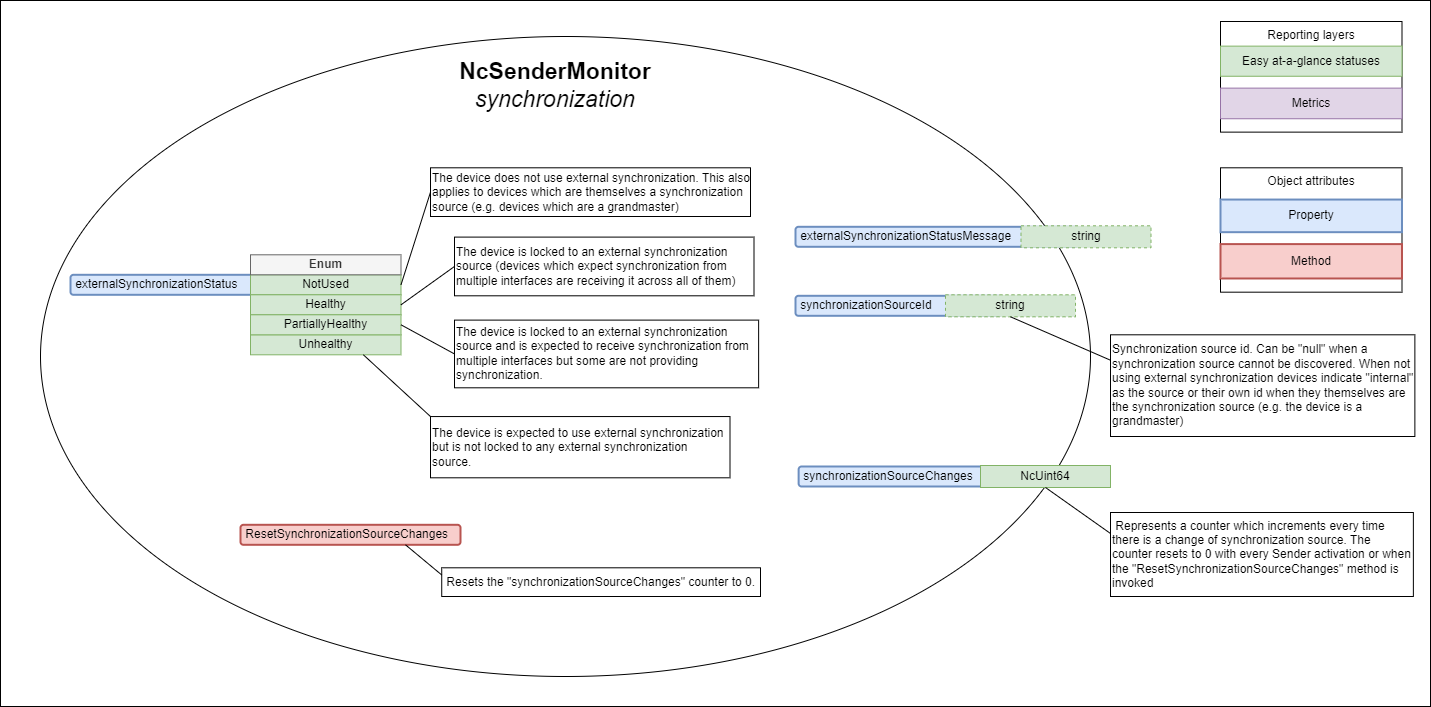
Earlier version of the draw.io export docs/images/sender-model-synchronization.png (AMWA-TV/bcp-008-02). Source tidied: cells renumbered, new cells last; positions are measured from the earlier drawing's top-left corner, leaving out a move shared by most shapes. Source of this version:
```xml
<mxGraphModel>
  <root>
    <mxCell id="0" />
    <mxCell id="1" parent="0" />
    <mxCell id="2" style="rounded=0;whiteSpace=wrap;html=1;" parent="1" vertex="1">
      <mxGeometry width="1430" height="706" as="geometry" />
    </mxCell>
    <mxCell id="3" style="ellipse;whiteSpace=wrap;html=1;" parent="1" vertex="1">
      <mxGeometry x="40" y="36" width="1050" height="640" as="geometry" />
    </mxCell>
    <mxCell id="4" value="Reporting layers" style="rounded=0;whiteSpace=wrap;html=1;horizontal=1;verticalAlign=top;" parent="1" vertex="1">
      <mxGeometry x="1220" y="21" width="181.5" height="110.6" as="geometry" />
    </mxCell>
    <mxCell id="5" value="Easy at-a-glance statuses" style="rounded=0;whiteSpace=wrap;html=1;fillColor=#d5e8d4;strokeColor=#82b366;" parent="1" vertex="1">
      <mxGeometry x="1220" y="45.6" width="181.5" height="30.1" as="geometry" />
    </mxCell>
    <mxCell id="6" value="Metrics" style="rounded=0;whiteSpace=wrap;html=1;fillColor=#e1d5e7;strokeColor=#9673a6;" parent="1" vertex="1">
      <mxGeometry x="1220" y="87.6" width="181.5" height="30.6" as="geometry" />
    </mxCell>
    <mxCell id="7" value="Object attributes" style="rounded=0;whiteSpace=wrap;html=1;horizontal=1;verticalAlign=top;" parent="1" vertex="1">
      <mxGeometry x="1220" y="167.3" width="181.5" height="124.4" as="geometry" />
    </mxCell>
    <mxCell id="8" value="Property" style="rounded=0;whiteSpace=wrap;html=1;fillColor=#dae8fc;strokeColor=#6c8ebf;align=center;strokeWidth=2;" parent="1" vertex="1">
      <mxGeometry x="1220" y="199" width="181.5" height="32.6" as="geometry" />
    </mxCell>
    <mxCell id="9" value="Method" style="rounded=0;whiteSpace=wrap;html=1;fillColor=#f8cecc;strokeColor=#b85450;align=center;strokeWidth=2;" parent="1" vertex="1">
      <mxGeometry x="1220" y="243.6" width="181.5" height="34.4" as="geometry" />
    </mxCell>
    <mxCell id="10" value="NcSenderMonitor&lt;div&gt;&lt;span style=&quot;font-weight: normal;&quot;&gt;&lt;i&gt;synchronization&lt;/i&gt;&lt;/span&gt;&lt;/div&gt;" style="text;html=1;strokeColor=none;fillColor=none;align=center;verticalAlign=middle;whiteSpace=wrap;rounded=0;strokeWidth=1;fontSize=23;fontStyle=1;" parent="1" vertex="1">
      <mxGeometry x="431.2" y="51.9" width="247.5" height="65.6" as="geometry" />
    </mxCell>
    <mxCell id="11" value="&amp;nbsp;externalSynchronizationStatus" style="rounded=1;whiteSpace=wrap;html=1;align=left;fillColor=#dae8fc;strokeColor=#6c8ebf;strokeWidth=2;" parent="1" vertex="1">
      <mxGeometry x="70" y="274.3" width="237.5" height="20" as="geometry" />
    </mxCell>
    <mxCell id="12" value="NotUsed" style="rounded=0;whiteSpace=wrap;html=1;fillColor=#d5e8d4;strokeColor=#82b366;" parent="1" vertex="1">
      <mxGeometry x="250" y="274.3" width="150.5" height="20" as="geometry" />
    </mxCell>
    <mxCell id="13" value="Enum" style="rounded=0;whiteSpace=wrap;html=1;fillColor=#f5f5f5;strokeColor=#666666;fontStyle=1;fontColor=#333333;" parent="1" vertex="1">
      <mxGeometry x="250" y="254.3" width="150.5" height="20" as="geometry" />
    </mxCell>
    <mxCell id="14" value="Unhealthy" style="rounded=0;whiteSpace=wrap;html=1;fillColor=#d5e8d4;strokeColor=#82b366;" parent="1" vertex="1">
      <mxGeometry x="250" y="334.3" width="150.5" height="20" as="geometry" />
    </mxCell>
    <mxCell id="15" value="&amp;nbsp;&lt;span style=&quot;background-color: initial;&quot;&gt;synchronizationSourceId&lt;/span&gt;" style="rounded=1;whiteSpace=wrap;html=1;align=left;fillColor=#dae8fc;strokeColor=#6c8ebf;strokeWidth=2;" parent="1" vertex="1">
      <mxGeometry x="795" y="295.3" width="206.5" height="20" as="geometry" />
    </mxCell>
    <mxCell id="16" value="string" style="rounded=0;whiteSpace=wrap;html=1;dashed=1;fillColor=#d5e8d4;strokeColor=#82b366;" parent="1" vertex="1">
      <mxGeometry x="945" y="294.3" width="130" height="22" as="geometry" />
    </mxCell>
    <mxCell id="17" value="The device is locked to an external&amp;nbsp;&lt;span style=&quot;background-color: initial;&quot;&gt;synchronization source&amp;nbsp;&lt;/span&gt;(devices which expect synchronization from multiple interfaces are receiving it across all of them)" style="text;html=1;strokeColor=default;fillColor=default;align=left;verticalAlign=middle;whiteSpace=wrap;rounded=0;" parent="1" vertex="1">
      <mxGeometry x="454" y="236.6" width="299.5" height="58.7" as="geometry" />
    </mxCell>
    <mxCell id="18" value="Healthy" style="rounded=0;whiteSpace=wrap;html=1;fillColor=#d5e8d4;strokeColor=#82b366;" parent="1" vertex="1">
      <mxGeometry x="250" y="294.3" width="150.5" height="20" as="geometry" />
    </mxCell>
    <mxCell id="19" value="Synchronization source id. Can be &quot;null&quot; when a synchronization source cannot be discovered. When not using external synchronization devices indicate &quot;internal&quot; as the source or their own id when they themselves are the synchronization source (e.g. the device is a grandmaster)" style="text;html=1;strokeColor=default;fillColor=default;align=left;verticalAlign=middle;whiteSpace=wrap;rounded=0;" parent="1" vertex="1">
      <mxGeometry x="1110" y="334.3" width="304.4" height="101.7" as="geometry" />
    </mxCell>
    <mxCell id="20" style="endArrow=none;html=1;rounded=0;entryX=0;entryY=0.25;entryDx=0;entryDy=0;exitX=0.5;exitY=1;exitDx=0;exitDy=0;" parent="1" edge="1" source="16" target="19">
      <mxGeometry relative="1" as="geometry" />
    </mxCell>
    <mxCell id="21" value="The device does not use external synchronization. This also applies to devices which are themselves a synchronization source (e.g. devices which are a grandmaster)" style="text;html=1;strokeColor=default;fillColor=default;align=left;verticalAlign=middle;whiteSpace=wrap;rounded=0;" parent="1" vertex="1">
      <mxGeometry x="430" y="167.3" width="320" height="48.7" as="geometry" />
    </mxCell>
    <mxCell id="22" style="endArrow=none;html=1;rounded=0;entryX=0;entryY=0.5;entryDx=0;entryDy=0;exitX=1;exitY=0.5;exitDx=0;exitDy=0;" parent="1" edge="1" source="12" target="21">
      <mxGeometry relative="1" as="geometry" />
    </mxCell>
    <mxCell id="23" value="The device is expected to use external synchronization but is not locked to any external synchronization source." style="text;html=1;strokeColor=default;fillColor=default;align=left;verticalAlign=middle;whiteSpace=wrap;rounded=0;" parent="1" vertex="1">
      <mxGeometry x="430" y="416" width="299.5" height="61.2" as="geometry" />
    </mxCell>
    <mxCell id="24" style="endArrow=none;html=1;rounded=0;entryX=0;entryY=0;entryDx=0;entryDy=0;exitX=0.75;exitY=1;exitDx=0;exitDy=0;" parent="1" edge="1" source="14" target="23">
      <mxGeometry relative="1" as="geometry" />
    </mxCell>
    <mxCell id="25" value="The device is locked to an external synchronization source and is expected to receive synchronization from multiple interfaces but some are not providing synchronization." style="text;html=1;strokeColor=default;fillColor=default;align=left;verticalAlign=middle;whiteSpace=wrap;rounded=0;" parent="1" vertex="1">
      <mxGeometry x="454" y="319.6" width="304.1" height="67.7" as="geometry" />
    </mxCell>
    <mxCell id="26" value="PartiallyHealthy" style="rounded=0;whiteSpace=wrap;html=1;fillColor=#d5e8d4;strokeColor=#82b366;" parent="1" vertex="1">
      <mxGeometry x="250" y="314.3" width="150.5" height="20" as="geometry" />
    </mxCell>
    <mxCell id="27" value="&amp;nbsp;externalSynchronizationStatusMessage" style="rounded=1;whiteSpace=wrap;html=1;align=left;fillColor=#dae8fc;strokeColor=#6c8ebf;strokeWidth=2;" parent="1" vertex="1">
      <mxGeometry x="795" y="226.3" width="283" height="20" as="geometry" />
    </mxCell>
    <mxCell id="28" value="string" style="rounded=0;whiteSpace=wrap;html=1;dashed=1;fillColor=#d5e8d4;strokeColor=#82b366;" parent="1" vertex="1">
      <mxGeometry x="1020.5" y="225.3" width="130" height="22" as="geometry" />
    </mxCell>
    <mxCell id="29" style="endArrow=none;html=1;rounded=0;entryX=0;entryY=0.5;entryDx=0;entryDy=0;exitX=1;exitY=0.5;exitDx=0;exitDy=0;" parent="1" edge="1" source="26" target="25">
      <mxGeometry relative="1" as="geometry" />
    </mxCell>
    <mxCell id="30" style="endArrow=none;html=1;rounded=0;entryX=0;entryY=0.5;entryDx=0;entryDy=0;exitX=1;exitY=0.5;exitDx=0;exitDy=0;" parent="1" edge="1" source="18" target="17">
      <mxGeometry relative="1" as="geometry" />
    </mxCell>
    <mxCell id="31" value="&amp;nbsp;ResetSynchronizationSourceChanges" style="rounded=1;whiteSpace=wrap;html=1;align=left;fillColor=#f8cecc;strokeColor=#b85450;strokeWidth=2;" parent="1" vertex="1">
      <mxGeometry x="240" y="524.3" width="220" height="20" as="geometry" />
    </mxCell>
    <mxCell id="32" value="&amp;nbsp;Resets the &quot;synchronizationSourceChanges&quot; counter to 0." style="text;html=1;strokeColor=default;fillColor=default;align=left;verticalAlign=middle;whiteSpace=wrap;rounded=0;" parent="1" vertex="1">
      <mxGeometry x="441.2" y="567.3" width="318.8" height="28.7" as="geometry" />
    </mxCell>
    <mxCell id="33" style="endArrow=none;html=1;rounded=0;entryX=0;entryY=0.25;entryDx=0;entryDy=0;exitX=0.75;exitY=1;exitDx=0;exitDy=0;" parent="1" edge="1" source="31" target="32">
      <mxGeometry relative="1" as="geometry" />
    </mxCell>
    <mxCell id="34" value="&amp;nbsp;synchronizationSourceChanges" style="rounded=1;whiteSpace=wrap;html=1;align=left;fillColor=#dae8fc;strokeColor=#6c8ebf;strokeWidth=2;" parent="1" vertex="1">
      <mxGeometry x="798.1" y="466" width="206.5" height="20" as="geometry" />
    </mxCell>
    <mxCell id="35" value="NcUint64" style="rounded=0;whiteSpace=wrap;html=1;fillColor=#d5e8d4;strokeColor=#82b366;" parent="1" vertex="1">
      <mxGeometry x="980" y="465" width="130" height="22" as="geometry" />
    </mxCell>
    <mxCell id="36" value="&amp;nbsp;Represents a counter which increments every time there is a change of synchronization source. The counter resets to 0 with every Sender activation or when the &quot;ResetSynchronizationSourceChanges&quot; method is invoked" style="text;html=1;strokeColor=default;fillColor=default;align=left;verticalAlign=middle;whiteSpace=wrap;rounded=0;" parent="1" vertex="1">
      <mxGeometry x="1110" y="512" width="302.9" height="84" as="geometry" />
    </mxCell>
    <mxCell id="37" style="endArrow=none;html=1;rounded=0;entryX=0;entryY=0.25;entryDx=0;entryDy=0;exitX=0.5;exitY=1;exitDx=0;exitDy=0;" parent="1" edge="1" source="35" target="36">
      <mxGeometry relative="1" as="geometry" />
    </mxCell>
  </root>
</mxGraphModel>
```
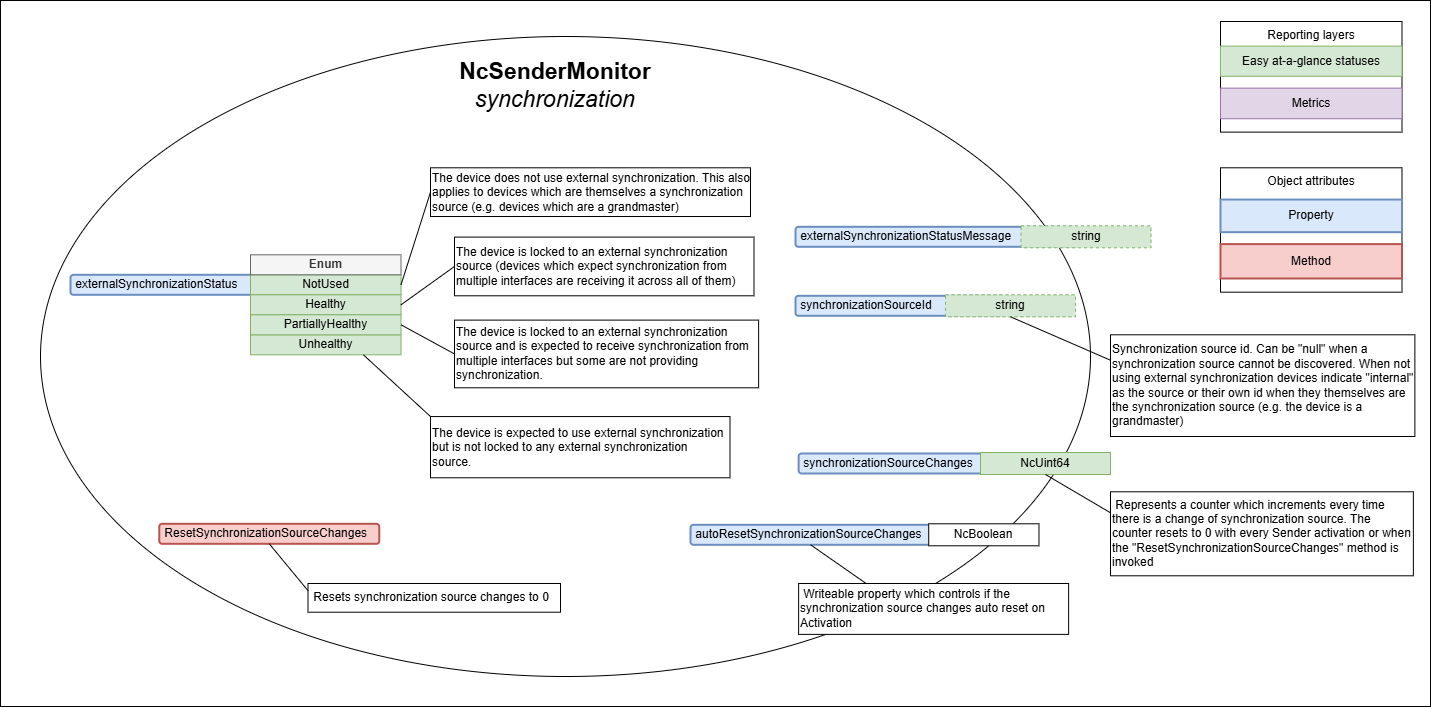
The same diagram one commit later.

Commit message:
Add autoResetSynchronizationSourceChanges property

Change to the diagram source:
```diff
@@ -89,26 +89,38 @@
     <mxCell id="30" style="endArrow=none;html=1;rounded=0;entryX=0;entryY=0.5;entryDx=0;entryDy=0;exitX=1;exitY=0.5;exitDx=0;exitDy=0;" parent="1" edge="1" source="18" target="17">
       <mxGeometry relative="1" as="geometry" />
     </mxCell>
-    <mxCell id="31" value="&amp;nbsp;ResetSynchronizationSourceChanges" style="rounded=1;whiteSpace=wrap;html=1;align=left;fillColor=#f8cecc;strokeColor=#b85450;strokeWidth=2;" parent="1" vertex="1">
-      <mxGeometry x="240" y="524.3" width="220" height="20" as="geometry" />
-    </mxCell>
-    <mxCell id="32" value="&amp;nbsp;Resets the &quot;synchronizationSourceChanges&quot; counter to 0." style="text;html=1;strokeColor=default;fillColor=default;align=left;verticalAlign=middle;whiteSpace=wrap;rounded=0;" parent="1" vertex="1">
-      <mxGeometry x="441.2" y="567.3" width="318.8" height="28.7" as="geometry" />
-    </mxCell>
-    <mxCell id="33" style="endArrow=none;html=1;rounded=0;entryX=0;entryY=0.25;entryDx=0;entryDy=0;exitX=0.75;exitY=1;exitDx=0;exitDy=0;" parent="1" edge="1" source="31" target="32">
-      <mxGeometry relative="1" as="geometry" />
-    </mxCell>
     <mxCell id="34" value="&amp;nbsp;synchronizationSourceChanges" style="rounded=1;whiteSpace=wrap;html=1;align=left;fillColor=#dae8fc;strokeColor=#6c8ebf;strokeWidth=2;" parent="1" vertex="1">
-      <mxGeometry x="798.1" y="466" width="206.5" height="20" as="geometry" />
+      <mxGeometry x="798.1" y="453" width="206.5" height="20" as="geometry" />
     </mxCell>
     <mxCell id="35" value="NcUint64" style="rounded=0;whiteSpace=wrap;html=1;fillColor=#d5e8d4;strokeColor=#82b366;" parent="1" vertex="1">
-      <mxGeometry x="980" y="465" width="130" height="22" as="geometry" />
+      <mxGeometry x="980" y="452" width="130" height="22" as="geometry" />
     </mxCell>
     <mxCell id="36" value="&amp;nbsp;Represents a counter which increments every time there is a change of synchronization source. The counter resets to 0 with every Sender activation or when the &quot;ResetSynchronizationSourceChanges&quot; method is invoked" style="text;html=1;strokeColor=default;fillColor=default;align=left;verticalAlign=middle;whiteSpace=wrap;rounded=0;" parent="1" vertex="1">
-      <mxGeometry x="1110" y="512" width="302.9" height="84" as="geometry" />
+      <mxGeometry x="1110" y="491.3" width="302.9" height="84" as="geometry" />
     </mxCell>
     <mxCell id="37" style="endArrow=none;html=1;rounded=0;entryX=0;entryY=0.25;entryDx=0;entryDy=0;exitX=0.5;exitY=1;exitDx=0;exitDy=0;" parent="1" edge="1" source="35" target="36">
       <mxGeometry relative="1" as="geometry" />
     </mxCell>
+    <mxCell id="38" value="&amp;nbsp;autoResetSynchronizationSourceChanges" style="rounded=1;whiteSpace=wrap;html=1;align=left;fillColor=#dae8fc;strokeColor=#6c8ebf;strokeWidth=2;" parent="1" vertex="1">
+      <mxGeometry x="690" y="524.3" width="240.2" height="20" as="geometry" />
+    </mxCell>
+    <mxCell id="39" value="NcBoolean" style="rounded=0;whiteSpace=wrap;html=1;" parent="1" vertex="1">
+      <mxGeometry x="928.2" y="523.3" width="110.2" height="22" as="geometry" />
+    </mxCell>
+    <mxCell id="40" value="&amp;nbsp;Writeable property which controls if the synchronization source changes auto reset on Activation" style="text;html=1;strokeColor=default;fillColor=default;align=left;verticalAlign=middle;whiteSpace=wrap;rounded=0;" parent="1" vertex="1">
+      <mxGeometry x="798.1" y="583" width="270" height="50.9" as="geometry" />
+    </mxCell>
+    <mxCell id="41" style="endArrow=none;html=1;rounded=0;entryX=0.25;entryY=0;entryDx=0;entryDy=0;exitX=0.5;exitY=1;exitDx=0;exitDy=0;" parent="1" edge="1" source="38" target="40">
+      <mxGeometry relative="1" as="geometry" />
+    </mxCell>
+    <mxCell id="31" value="&amp;nbsp;ResetSynchronizationSourceChanges" style="rounded=1;whiteSpace=wrap;html=1;align=left;fillColor=#f8cecc;strokeColor=#b85450;strokeWidth=2;" parent="1" vertex="1">
+      <mxGeometry x="158.8" y="523.3" width="220" height="20" as="geometry" />
+    </mxCell>
+    <mxCell id="42" value="&amp;nbsp;Resets synchronization source changes to 0" style="text;html=1;strokeColor=default;fillColor=default;align=left;verticalAlign=middle;whiteSpace=wrap;rounded=0;" parent="1" vertex="1">
+      <mxGeometry x="307.5" y="583" width="252.5" height="28.7" as="geometry" />
+    </mxCell>
+    <mxCell id="43" style="endArrow=none;html=1;rounded=0;entryX=0;entryY=0.25;entryDx=0;entryDy=0;exitX=0.5;exitY=1;exitDx=0;exitDy=0;" parent="1" edge="1" source="31" target="42">
+      <mxGeometry relative="1" as="geometry" />
+    </mxCell>
   </root>
 </mxGraphModel>
```
